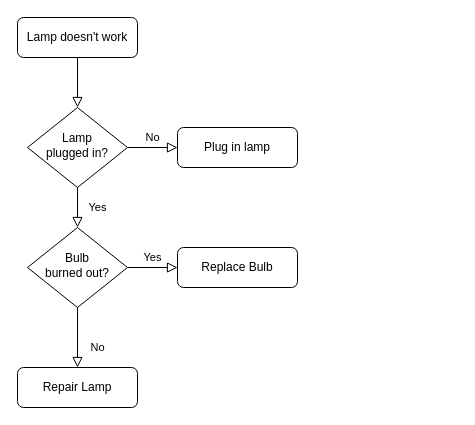
This is Untitled Diagram.drawio from H1brian/logicflowchart, a draw.io file, before an edit. Source tidied: cells renumbered, new cells numbered last; positions are measured from the earlier drawing's top-left corner, leaving out a move shared by most shapes. Both pictures are drawn from the tidied source at 100%, with x=0, y=0 at pixel (17, 17).
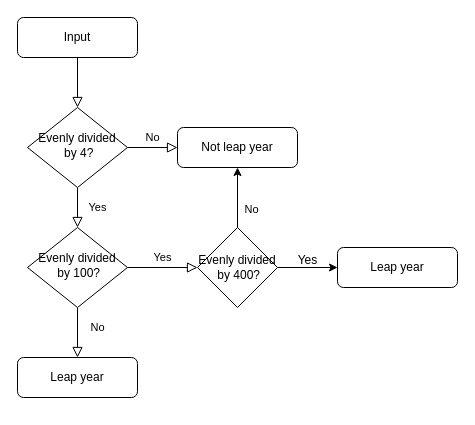
After the change.

Change to the diagram source:
```diff
@@
 <mxGraphModel>
   <root>
     <mxCell id="0" />
     <mxCell id="1" parent="0" />
     <mxCell id="2" style="rounded=0;html=1;jettySize=auto;fontSize=11;endArrow=block;endFill=0;endSize=8;strokeWidth=1;shadow=0;labelBackgroundColor=none;edgeStyle=orthogonalEdgeStyle;" parent="1" edge="1" source="3" target="6">
       <mxGeometry relative="1" as="geometry" />
     </mxCell>
-    <mxCell id="3" value="Lamp doesn't work" style="rounded=1;whiteSpace=wrap;html=1;fontSize=12;glass=0;strokeWidth=1;shadow=0;" parent="1" vertex="1">
+    <mxCell id="3" value="Input" style="rounded=1;whiteSpace=wrap;html=1;fontSize=12;glass=0;strokeWidth=1;shadow=0;" parent="1" vertex="1">
       <mxGeometry width="120" height="40" as="geometry" />
     </mxCell>
     <mxCell id="4" value="Yes" style="rounded=0;html=1;jettySize=auto;fontSize=11;endArrow=block;endFill=0;endSize=8;strokeWidth=1;shadow=0;labelBackgroundColor=none;edgeStyle=orthogonalEdgeStyle;" parent="1" edge="1" source="6" target="10">
       <mxGeometry y="20" relative="1" as="geometry" />
     </mxCell>
     <mxCell id="5" value="No" style="edgeStyle=orthogonalEdgeStyle;rounded=0;html=1;jettySize=auto;fontSize=11;endArrow=block;endFill=0;endSize=8;strokeWidth=1;shadow=0;labelBackgroundColor=none;" parent="1" edge="1" source="6" target="7">
       <mxGeometry y="10" relative="1" as="geometry" />
     </mxCell>
-    <mxCell id="6" value="Lamp&lt;br&gt;plugged in?" style="rhombus;whiteSpace=wrap;html=1;shadow=0;fontFamily=Helvetica;fontSize=12;align=center;strokeWidth=1;spacing=6;spacingTop=-4;" parent="1" vertex="1">
+    <mxCell id="6" value="Evenly divided&lt;br&gt;&amp;nbsp;by 4?" style="rhombus;whiteSpace=wrap;html=1;shadow=0;fontFamily=Helvetica;fontSize=12;align=center;strokeWidth=1;spacing=6;spacingTop=-4;" parent="1" vertex="1">
       <mxGeometry x="10" y="90" width="100" height="80" as="geometry" />
     </mxCell>
-    <mxCell id="7" value="Plug in lamp" style="rounded=1;whiteSpace=wrap;html=1;fontSize=12;glass=0;strokeWidth=1;shadow=0;" parent="1" vertex="1">
+    <mxCell id="7" value="Not leap year" style="rounded=1;whiteSpace=wrap;html=1;fontSize=12;glass=0;strokeWidth=1;shadow=0;" parent="1" vertex="1">
       <mxGeometry x="160" y="110" width="120" height="40" as="geometry" />
     </mxCell>
-    <mxCell id="8" value="No" style="rounded=0;html=1;jettySize=auto;fontSize=11;endArrow=block;endFill=0;endSize=8;strokeWidth=1;shadow=0;labelBackgroundColor=none;edgeStyle=orthogonalEdgeStyle;" parent="1" edge="1" source="10" target="11">
-      <mxGeometry x="0.33" y="20" relative="1" as="geometry" />
+    <mxCell id="8" value="No" style="rounded=0;html=1;jettySize=auto;fontSize=11;endArrow=block;endFill=0;endSize=8;strokeWidth=1;shadow=0;labelBackgroundColor=none;edgeStyle=orthogonalEdgeStyle;entryX=0.5;entryY=0;entryDx=0;entryDy=0;" parent="1" edge="1" source="10" target="18">
+      <mxGeometry x="-0.2" y="20" relative="1" as="geometry" />
     </mxCell>
-    <mxCell id="9" value="Yes" style="edgeStyle=orthogonalEdgeStyle;rounded=0;html=1;jettySize=auto;fontSize=11;endArrow=block;endFill=0;endSize=8;strokeWidth=1;shadow=0;labelBackgroundColor=none;" parent="1" edge="1" source="10" target="12">
+    <mxCell id="9" value="Yes" style="edgeStyle=orthogonalEdgeStyle;rounded=0;html=1;jettySize=auto;fontSize=11;endArrow=block;endFill=0;endSize=8;strokeWidth=1;shadow=0;labelBackgroundColor=none;entryX=0;entryY=0.5;entryDx=0;entryDy=0;" parent="1" edge="1" source="10" target="16">
       <mxGeometry y="10" relative="1" as="geometry" />
     </mxCell>
-    <mxCell id="10" value="Bulb&lt;br&gt;burned out?" style="rhombus;whiteSpace=wrap;html=1;shadow=0;fontFamily=Helvetica;fontSize=12;align=center;strokeWidth=1;spacing=6;spacingTop=-4;" parent="1" vertex="1">
+    <mxCell id="10" value="Evenly divided&lt;br style=&quot;border-color: var(--border-color);&quot;&gt;&amp;nbsp;by 100?" style="rhombus;whiteSpace=wrap;html=1;shadow=0;fontFamily=Helvetica;fontSize=12;align=center;strokeWidth=1;spacing=6;spacingTop=-4;" parent="1" vertex="1">
       <mxGeometry x="10" y="210" width="100" height="80" as="geometry" />
     </mxCell>
-    <mxCell id="11" value="Repair Lamp" style="rounded=1;whiteSpace=wrap;html=1;fontSize=12;glass=0;strokeWidth=1;shadow=0;" parent="1" vertex="1">
-      <mxGeometry y="350" width="120" height="40" as="geometry" />
-    </mxCell>
-    <mxCell id="12" value="Replace Bulb" style="rounded=1;whiteSpace=wrap;html=1;fontSize=12;glass=0;strokeWidth=1;shadow=0;" parent="1" vertex="1">
-      <mxGeometry x="160" y="230" width="120" height="40" as="geometry" />
+    <mxCell id="12" value="Leap year" style="rounded=1;whiteSpace=wrap;html=1;fontSize=12;glass=0;strokeWidth=1;shadow=0;" parent="1" vertex="1">
+      <mxGeometry x="320" y="230" width="120" height="40" as="geometry" />
     </mxCell>
+    <mxCell id="13" style="edgeStyle=orthogonalEdgeStyle;rounded=0;jettySize=auto;html=1;exitX=1;exitY=0.5;exitDx=0;exitDy=0;" parent="1" edge="1" source="16" target="12">
+      <mxGeometry relative="1" as="geometry" />
+    </mxCell>
+    <mxCell id="14" style="edgeStyle=orthogonalEdgeStyle;rounded=0;jettySize=auto;html=1;exitX=0.5;exitY=0;exitDx=0;exitDy=0;entryX=0.5;entryY=1;entryDx=0;entryDy=0;" parent="1" edge="1" source="16" target="7">
+      <mxGeometry relative="1" as="geometry" />
+    </mxCell>
+    <mxCell id="15" value="No" style="edgeLabel;html=1;align=center;verticalAlign=middle;" parent="14" vertex="1">
+      <mxGeometry x="-0.08" relative="1" as="geometry">
+        <mxPoint x="13" y="9" as="offset" />
+      </mxGeometry>
+    </mxCell>
+    <mxCell id="16" value="Evenly divided&lt;br style=&quot;border-color: var(--border-color);&quot;&gt;&amp;nbsp;by 400?" style="rhombus;whiteSpace=wrap;html=1;" parent="1" vertex="1">
+      <mxGeometry x="180" y="210" width="80" height="80" as="geometry" />
+    </mxCell>
+    <mxCell id="17" value="Yes" style="text;html=1;align=center;verticalAlign=middle;strokeColor=none;fillColor=none;" parent="1" vertex="1">
+      <mxGeometry x="270" y="228" width="40" height="30" as="geometry" />
+    </mxCell>
+    <mxCell id="18" value="Leap year" style="rounded=1;whiteSpace=wrap;html=1;fontSize=12;glass=0;strokeWidth=1;shadow=0;" parent="1" vertex="1">
+      <mxGeometry y="340" width="120" height="40" as="geometry" />
+    </mxCell>
   </root>
 </mxGraphModel>
```
